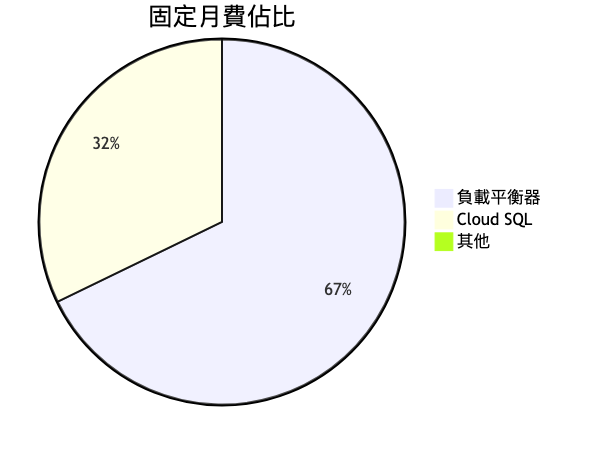
Above: diagrams/COST_0.png in dylanhsieh/wang-sis-docs (Mermaid), before the change. Its source is kept beside it as diagrams/COST_0.mmd.
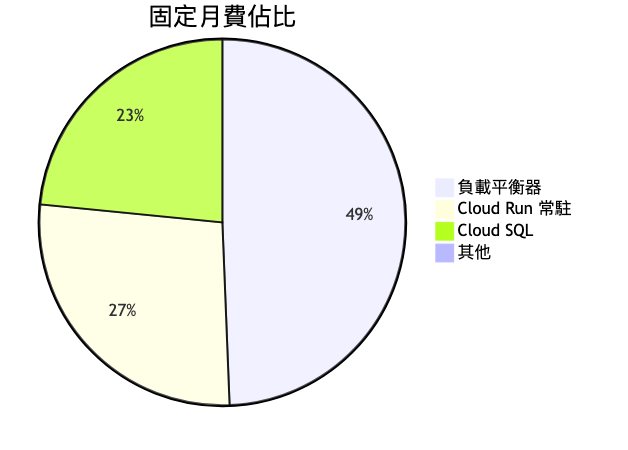
Above is the later version.

Diff of the diagram source:
```diff
@@ -1,4 +1,5 @@
 pie title 固定月費佔比
     "負載平衡器" : 590
+    "Cloud Run 常駐" : 325
     "Cloud SQL" : 280
     "其他" : 6
```
